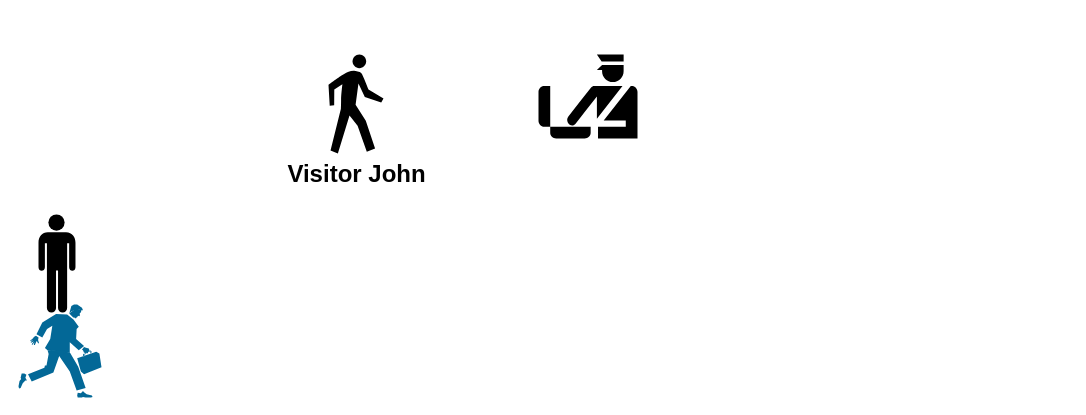
The draw.io diagram john trace.drawio in sunmiao0301/Public-Pic-Bed, before the edit. Source tidied: cells renumbered, new cells numbered last; positions are measured from the earlier drawing's top-left corner, leaving out a move shared by most shapes. Both pictures are drawn from the tidied source at 100%, with x=0, y=0 at pixel (18, 54). Pictures stored in the file or linked from it are replaced by grey dashed boxes.
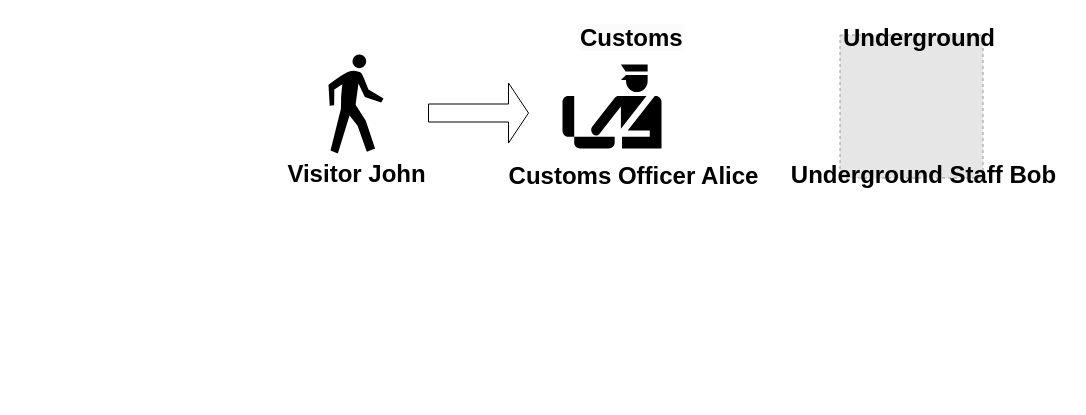
After the change.

Diff of the diagram source:
```diff
@@
 <mxGraphModel>
   <root>
     <mxCell id="0" />
     <mxCell id="1" parent="0" />
-    <mxCell id="2" style="shape=mxgraph.cisco.people.running_man;html=1;dashed=0;fillColor=#036897;strokeColor=#ffffff;strokeWidth=2;verticalLabelPosition=bottom;verticalAlign=top;align=center;" parent="1" vertex="1">
-      <mxGeometry y="250" width="83" height="93" as="geometry" />
-    </mxCell>
-    <mxCell id="3" style="shape=mxgraph.signs.people.man_1;html=1;fillColor=#000000;strokeColor=none;verticalLabelPosition=bottom;verticalAlign=top;align=center;" parent="1" vertex="1">
-      <mxGeometry x="20" y="160" width="37" height="98" as="geometry" />
-    </mxCell>
-    <mxCell id="4" value="&lt;font style=&quot;font-size: 24px;&quot;&gt;&lt;b&gt;Visitor John&lt;/b&gt;&lt;/font&gt;" style="shape=mxgraph.signs.people.walking;html=1;fillColor=#000000;strokeColor=none;verticalLabelPosition=bottom;verticalAlign=top;align=center;" parent="1" vertex="1">
+    <mxCell id="4" value="&lt;b style=&quot;border-color: var(--border-color); font-size: 24px;&quot;&gt;Visitor John&lt;/b&gt;" style="shape=mxgraph.signs.people.walking;html=1;fillColor=#000000;strokeColor=none;verticalLabelPosition=bottom;verticalAlign=top;align=center;" parent="1" vertex="1">
       <mxGeometry x="310" width="55" height="99" as="geometry" />
     </mxCell>
+    <mxCell id="6" style="shape=singleArrow;whiteSpace=wrap;html=1;" parent="1" vertex="1">
+      <mxGeometry x="410" y="28.5" width="100" height="60" as="geometry" />
+    </mxCell>
+    <mxCell id="7" style="group;" parent="1" vertex="1">
+      <mxGeometry x="480" y="-37.5" width="270" height="179" as="geometry" />
+    </mxCell>
-    <mxCell id="5" style="shape=mxgraph.signs.travel.customs;html=1;fillColor=#000000;strokeColor=none;verticalLabelPosition=bottom;verticalAlign=top;align=center;" parent="1" vertex="1">
-      <mxGeometry x="520" width="99" height="84" as="geometry" />
+    <mxCell id="5" style="shape=mxgraph.signs.travel.customs;html=1;fillColor=#000000;strokeColor=none;verticalLabelPosition=bottom;verticalAlign=top;align=center;" parent="7" vertex="1">
+      <mxGeometry x="64" y="47.5" width="99" height="84" as="geometry" />
     </mxCell>
+    <mxCell id="8" value="&lt;b style=&quot;border-color: var(--border-color); font-size: 24px;&quot;&gt;Customs Officer Alice&lt;/b&gt;" style="text;html=1;align=center;verticalAlign=middle;strokeColor=none;fillColor=none;" parent="7" vertex="1">
+      <mxGeometry y="139" width="270" height="40" as="geometry" />
+    </mxCell>
+    <mxCell id="9" value="&lt;b style=&quot;border-color: var(--border-color); color: rgb(0, 0, 0); font-family: Helvetica; font-style: normal; font-variant-ligatures: normal; font-variant-caps: normal; letter-spacing: normal; orphans: 2; text-align: center; text-indent: 0px; text-transform: none; widows: 2; word-spacing: 0px; -webkit-text-stroke-width: 0px; background-color: rgb(251, 251, 251); text-decoration-thickness: initial; text-decoration-style: initial; text-decoration-color: initial; font-size: 24px;&quot;&gt;Customs&lt;/b&gt;" style="text;whiteSpace=wrap;html=1;" parent="7" vertex="1">
+      <mxGeometry x="80" width="140" height="50" as="geometry" />
+    </mxCell>
+    <mxCell id="10" style="fillColor=#E6E6E6;strokeColor=#999999;dashed=1;html=1;verticalAlign=top;verticalLabelPosition=bottom;labelBackgroundColor=#ffffff;" parent="1" vertex="1">
+      <mxGeometry x="821.5" y="-19.5" width="143" height="143" as="geometry" />
+    </mxCell>
+    <mxCell id="11" value="&lt;div style=&quot;text-align: center;&quot;&gt;&lt;span style=&quot;background-color: initial; font-size: 24px;&quot;&gt;&lt;b&gt;Underground&lt;/b&gt;&lt;/span&gt;&lt;/div&gt;" style="text;whiteSpace=wrap;html=1;" parent="1" vertex="1">
+      <mxGeometry x="823" y="-37.5" width="140" height="50" as="geometry" />
+    </mxCell>
+    <mxCell id="12" value="&lt;font style=&quot;font-size: 24px;&quot;&gt;&lt;b&gt;Underground Staff Bob&lt;/b&gt;&lt;/font&gt;" style="text;html=1;align=center;verticalAlign=middle;strokeColor=none;fillColor=none;" parent="1" vertex="1">
+      <mxGeometry x="760" y="101" width="290" height="40" as="geometry" />
+    </mxCell>
   </root>
 </mxGraphModel>
```
